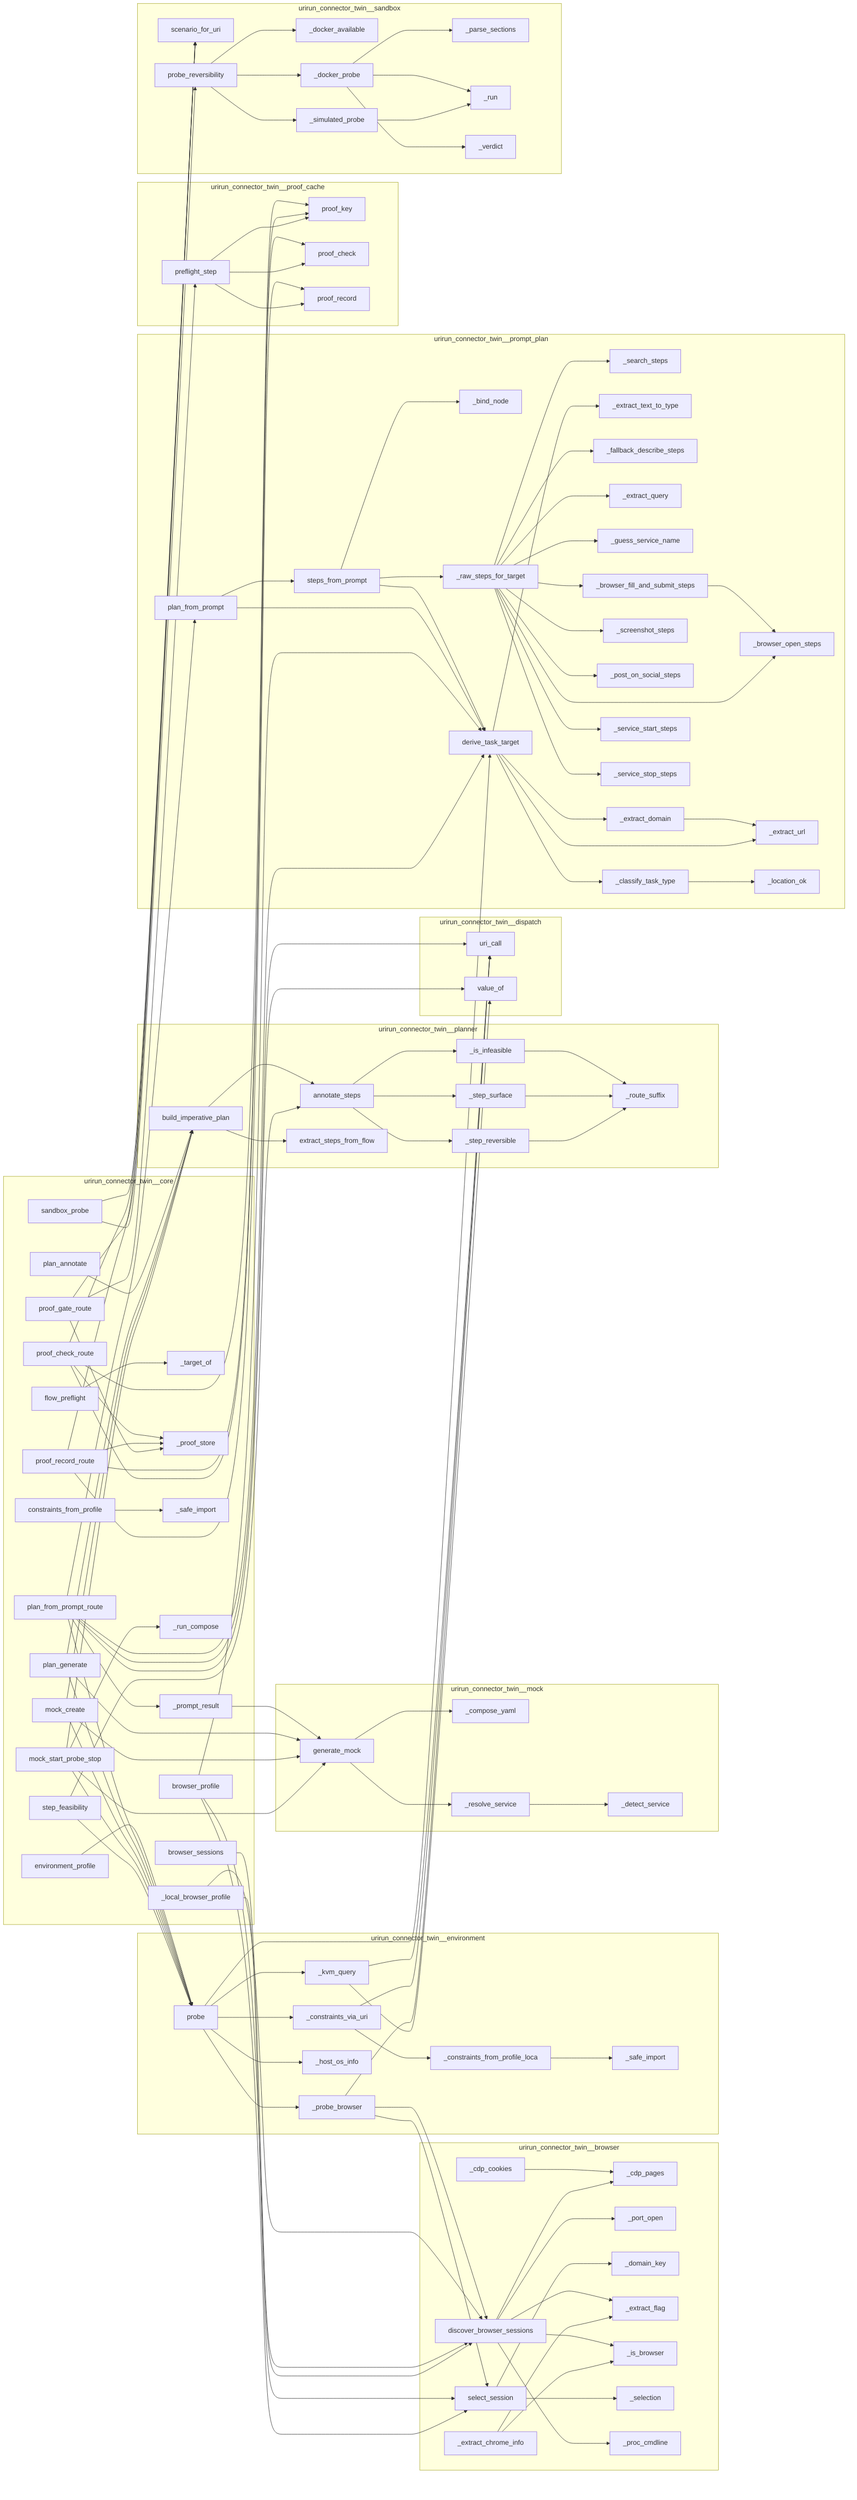
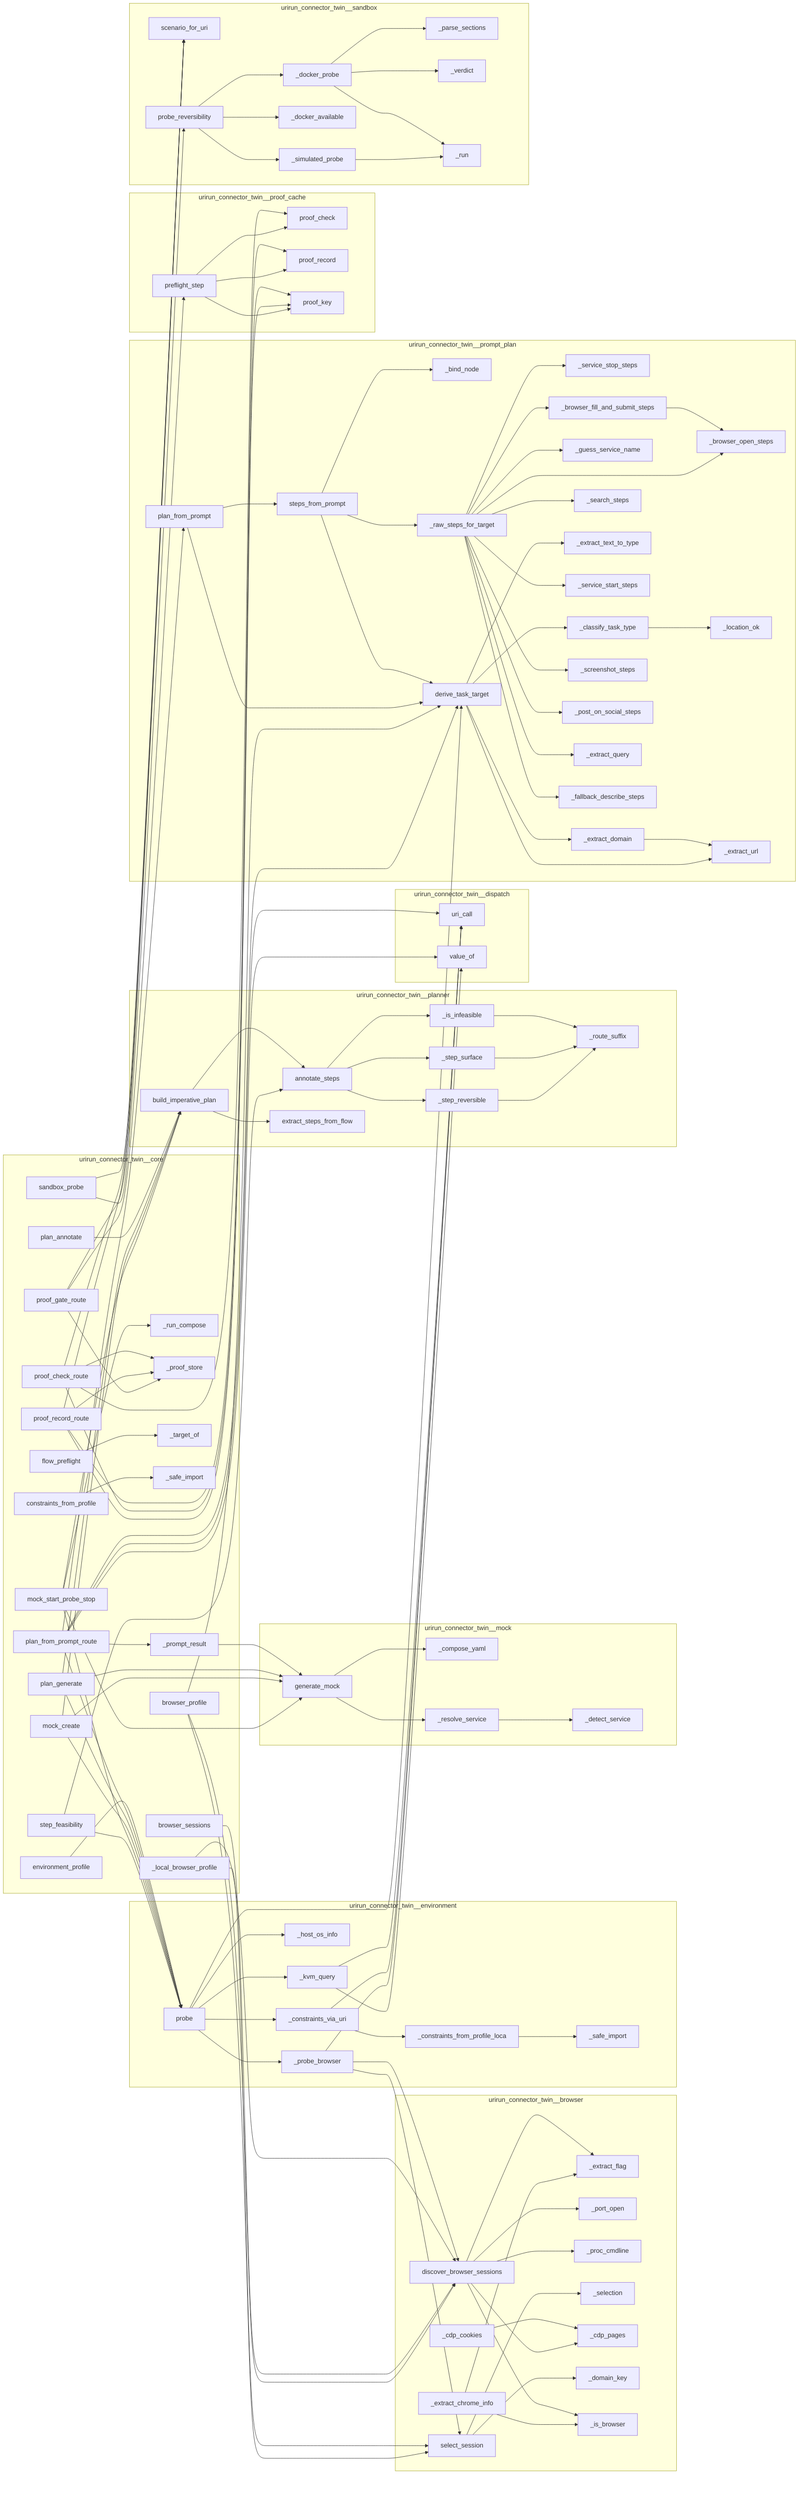
flowchart LR
%% generated in 0.00s
    subgraph urirun_connector_twin__browser
+         urirun_connector_twin__browser___extract_flag["_extract_flag"]
+         urirun_connector_twin__browser__discover_browser_sessions["discover_browser_sessions"]
+         urirun_connector_twin__browser___cdp_cookies["_cdp_cookies"]
+         urirun_connector_twin__browser___port_open["_port_open"]
+         urirun_connector_twin__browser___proc_cmdline["_proc_cmdline"]
+         urirun_connector_twin__browser___selection["_selection"]
        urirun_connector_twin__browser___cdp_pages["_cdp_pages"]
-         urirun_connector_twin__browser___port_open["_port_open"]
-         urirun_connector_twin__browser___cdp_cookies["_cdp_cookies"]
        urirun_connector_twin__browser___domain_key["_domain_key"]
-         urirun_connector_twin__browser___extract_flag["_extract_flag"]
        urirun_connector_twin__browser__select_session["select_session"]
-         urirun_connector_twin__browser__discover_browser_sessions["discover_browser_sessions"]
+         urirun_connector_twin__browser___extract_chrome_info["_extract_chrome_info"]
        urirun_connector_twin__browser___is_browser["_is_browser"]
-         urirun_connector_twin__browser___selection["_selection"]
-         urirun_connector_twin__browser___extract_chrome_info["_extract_chrome_info"]
-         urirun_connector_twin__browser___proc_cmdline["_proc_cmdline"]
    end
    subgraph urirun_connector_twin__core
-         urirun_connector_twin__core___target_of["_target_of"]
-         urirun_connector_twin__core__sandbox_probe["sandbox_probe"]
-         urirun_connector_twin__core__mock_create["mock_create"]
+         urirun_connector_twin__core___run_compose["_run_compose"]
+         urirun_connector_twin__core__plan_from_prompt_route["plan_from_prompt_route"]
+         urirun_connector_twin__core___proof_store["_proof_store"]
+         urirun_connector_twin__core__proof_gate_route["proof_gate_route"]
        urirun_connector_twin__core__browser_sessions["browser_sessions"]
-         urirun_connector_twin__core__plan_generate["plan_generate"]
-         urirun_connector_twin__core___proof_store["_proof_store"]
        urirun_connector_twin__core__mock_start_probe_stop["mock_start_probe_stop"]
-         urirun_connector_twin__core__proof_gate_route["proof_gate_route"]
-         urirun_connector_twin__core___prompt_result["_prompt_result"]
-         urirun_connector_twin__core__browser_profile["browser_profile"]
+         urirun_connector_twin__core__proof_record_route["proof_record_route"]
        urirun_connector_twin__core__constraints_from_profile["constraints_from_profile"]
        urirun_connector_twin__core__step_feasibility["step_feasibility"]
+         urirun_connector_twin__core__sandbox_probe["sandbox_probe"]
+         urirun_connector_twin__core___target_of["_target_of"]
        urirun_connector_twin__core___safe_import["_safe_import"]
+         urirun_connector_twin__core__mock_create["mock_create"]
+         urirun_connector_twin__core__proof_check_route["proof_check_route"]
+         urirun_connector_twin__core___prompt_result["_prompt_result"]
+         urirun_connector_twin__core__flow_preflight["flow_preflight"]
+         urirun_connector_twin__core__plan_annotate["plan_annotate"]
+         urirun_connector_twin__core__environment_profile["environment_profile"]
+         urirun_connector_twin__core__plan_generate["plan_generate"]
        urirun_connector_twin__core___local_browser_profile["_local_browser_profile"]
-         urirun_connector_twin__core__proof_check_route["proof_check_route"]
-         urirun_connector_twin__core__plan_annotate["plan_annotate"]
-         urirun_connector_twin__core___run_compose["_run_compose"]
-         urirun_connector_twin__core__flow_preflight["flow_preflight"]
-         urirun_connector_twin__core__plan_from_prompt_route["plan_from_prompt_route"]
-         urirun_connector_twin__core__environment_profile["environment_profile"]
-         urirun_connector_twin__core__proof_record_route["proof_record_route"]
+         urirun_connector_twin__core__browser_profile["browser_profile"]
    end
    subgraph urirun_connector_twin__dispatch
        urirun_connector_twin__dispatch__uri_call["uri_call"]
        urirun_connector_twin__dispatch__value_of["value_of"]
    end
    subgraph urirun_connector_twin__environment
+         urirun_connector_twin__environment___constraints_via_uri["_constraints_via_uri"]
+         urirun_connector_twin__environment___host_os_info["_host_os_info"]
        urirun_connector_twin__environment___probe_browser["_probe_browser"]
        urirun_connector_twin__environment___safe_import["_safe_import"]
+         urirun_connector_twin__environment___constraints_from_profile_local["_constraints_from_profile_loca"]
        urirun_connector_twin__environment___kvm_query["_kvm_query"]
-         urirun_connector_twin__environment___constraints_from_profile_local["_constraints_from_profile_loca"]
-         urirun_connector_twin__environment___constraints_via_uri["_constraints_via_uri"]
-         urirun_connector_twin__environment___host_os_info["_host_os_info"]
        urirun_connector_twin__environment__probe["probe"]
    end
    subgraph urirun_connector_twin__mock
+         urirun_connector_twin__mock___compose_yaml["_compose_yaml"]
        urirun_connector_twin__mock___detect_service["_detect_service"]
-         urirun_connector_twin__mock___compose_yaml["_compose_yaml"]
        urirun_connector_twin__mock__generate_mock["generate_mock"]
        urirun_connector_twin__mock___resolve_service["_resolve_service"]
    end
    subgraph urirun_connector_twin__planner
+         urirun_connector_twin__planner___is_infeasible["_is_infeasible"]
+         urirun_connector_twin__planner__annotate_steps["annotate_steps"]
+         urirun_connector_twin__planner___route_suffix["_route_suffix"]
+         urirun_connector_twin__planner___step_surface["_step_surface"]
        urirun_connector_twin__planner__build_imperative_plan["build_imperative_plan"]
-         urirun_connector_twin__planner__annotate_steps["annotate_steps"]
+         urirun_connector_twin__planner___step_reversible["_step_reversible"]
        urirun_connector_twin__planner__extract_steps_from_flow["extract_steps_from_flow"]
-         urirun_connector_twin__planner___step_surface["_step_surface"]
-         urirun_connector_twin__planner___is_infeasible["_is_infeasible"]
-         urirun_connector_twin__planner___route_suffix["_route_suffix"]
-         urirun_connector_twin__planner___step_reversible["_step_reversible"]
    end
    subgraph urirun_connector_twin__prompt_plan
+         urirun_connector_twin__prompt_plan___bind_node["_bind_node"]
+         urirun_connector_twin__prompt_plan___service_stop_steps["_service_stop_steps"]
+         urirun_connector_twin__prompt_plan__derive_task_target["derive_task_target"]
+         urirun_connector_twin__prompt_plan___browser_open_steps["_browser_open_steps"]
+         urirun_connector_twin__prompt_plan___classify_task_type["_classify_task_type"]
+         urirun_connector_twin__prompt_plan___guess_service_name["_guess_service_name"]
+         urirun_connector_twin__prompt_plan___browser_fill_and_submit_steps["_browser_fill_and_submit_steps"]
+         urirun_connector_twin__prompt_plan___location_ok["_location_ok"]
+         urirun_connector_twin__prompt_plan__plan_from_prompt["plan_from_prompt"]
        urirun_connector_twin__prompt_plan___search_steps["_search_steps"]
-         urirun_connector_twin__prompt_plan___browser_open_steps["_browser_open_steps"]
+         urirun_connector_twin__prompt_plan___extract_url["_extract_url"]
        urirun_connector_twin__prompt_plan___extract_text_to_type["_extract_text_to_type"]
-         urirun_connector_twin__prompt_plan___fallback_describe_steps["_fallback_describe_steps"]
-         urirun_connector_twin__prompt_plan___extract_query["_extract_query"]
-         urirun_connector_twin__prompt_plan___guess_service_name["_guess_service_name"]
-         urirun_connector_twin__prompt_plan___bind_node["_bind_node"]
-         urirun_connector_twin__prompt_plan___classify_task_type["_classify_task_type"]
-         urirun_connector_twin__prompt_plan__derive_task_target["derive_task_target"]
+         urirun_connector_twin__prompt_plan___service_start_steps["_service_start_steps"]
+         urirun_connector_twin__prompt_plan___raw_steps_for_target["_raw_steps_for_target"]
+         urirun_connector_twin__prompt_plan___extract_domain["_extract_domain"]
        urirun_connector_twin__prompt_plan___screenshot_steps["_screenshot_steps"]
        urirun_connector_twin__prompt_plan___post_on_social_steps["_post_on_social_steps"]
-         urirun_connector_twin__prompt_plan___extract_domain["_extract_domain"]
-         urirun_connector_twin__prompt_plan___service_start_steps["_service_start_steps"]
-         urirun_connector_twin__prompt_plan___service_stop_steps["_service_stop_steps"]
-         urirun_connector_twin__prompt_plan___browser_fill_and_submit_steps["_browser_fill_and_submit_steps"]
-         urirun_connector_twin__prompt_plan__plan_from_prompt["plan_from_prompt"]
        urirun_connector_twin__prompt_plan__steps_from_prompt["steps_from_prompt"]
-         urirun_connector_twin__prompt_plan___extract_url["_extract_url"]
-         urirun_connector_twin__prompt_plan___location_ok["_location_ok"]
-         urirun_connector_twin__prompt_plan___raw_steps_for_target["_raw_steps_for_target"]
+         urirun_connector_twin__prompt_plan___extract_query["_extract_query"]
+         urirun_connector_twin__prompt_plan___fallback_describe_steps["_fallback_describe_steps"]
    end
    subgraph urirun_connector_twin__proof_cache
-         urirun_connector_twin__proof_cache__proof_key["proof_key"]
        urirun_connector_twin__proof_cache__proof_check["proof_check"]
        urirun_connector_twin__proof_cache__proof_record["proof_record"]
+         urirun_connector_twin__proof_cache__proof_key["proof_key"]
        urirun_connector_twin__proof_cache__preflight_step["preflight_step"]
    end
    subgraph urirun_connector_twin__sandbox
+         urirun_connector_twin__sandbox___docker_probe["_docker_probe"]
+         urirun_connector_twin__sandbox___parse_sections["_parse_sections"]
+         urirun_connector_twin__sandbox___verdict["_verdict"]
+         urirun_connector_twin__sandbox__scenario_for_uri["scenario_for_uri"]
+         urirun_connector_twin__sandbox__probe_reversibility["probe_reversibility"]
        urirun_connector_twin__sandbox___docker_available["_docker_available"]
-         urirun_connector_twin__sandbox___parse_sections["_parse_sections"]
-         urirun_connector_twin__sandbox__scenario_for_uri["scenario_for_uri"]
+         urirun_connector_twin__sandbox___run["_run"]
        urirun_connector_twin__sandbox___simulated_probe["_simulated_probe"]
-         urirun_connector_twin__sandbox___run["_run"]
-         urirun_connector_twin__sandbox___verdict["_verdict"]
-         urirun_connector_twin__sandbox__probe_reversibility["probe_reversibility"]
-         urirun_connector_twin__sandbox___docker_probe["_docker_probe"]
    end
    urirun_connector_twin__sandbox___docker_probe --> urirun_connector_twin__sandbox___run
    urirun_connector_twin__sandbox___docker_probe --> urirun_connector_twin__sandbox___parse_sections
    urirun_connector_twin__sandbox___docker_probe --> urirun_connector_twin__sandbox___verdict
    urirun_connector_twin__sandbox___simulated_probe --> urirun_connector_twin__sandbox___run
    urirun_connector_twin__sandbox__probe_reversibility --> urirun_connector_twin__sandbox___docker_available
    urirun_connector_twin__sandbox__probe_reversibility --> urirun_connector_twin__sandbox___docker_probe
    urirun_connector_twin__sandbox__probe_reversibility --> urirun_connector_twin__sandbox___simulated_probe
    urirun_connector_twin__mock___resolve_service --> urirun_connector_twin__mock___detect_service
    urirun_connector_twin__mock__generate_mock --> urirun_connector_twin__mock___resolve_service
    urirun_connector_twin__mock__generate_mock --> urirun_connector_twin__mock___compose_yaml
    urirun_connector_twin__browser___cdp_cookies --> urirun_connector_twin__browser___cdp_pages
    urirun_connector_twin__browser__discover_browser_sessions --> urirun_connector_twin__browser___proc_cmdline
    urirun_connector_twin__browser__discover_browser_sessions --> urirun_connector_twin__browser___extract_flag
    urirun_connector_twin__browser__discover_browser_sessions --> urirun_connector_twin__browser___port_open
    urirun_connector_twin__browser__discover_browser_sessions --> urirun_connector_twin__browser___is_browser
    urirun_connector_twin__browser__discover_browser_sessions --> urirun_connector_twin__browser___cdp_pages
    urirun_connector_twin__browser__select_session --> urirun_connector_twin__browser___domain_key
    urirun_connector_twin__browser__select_session --> urirun_connector_twin__browser___selection
    urirun_connector_twin__browser___extract_chrome_info --> urirun_connector_twin__browser___extract_flag
    urirun_connector_twin__browser___extract_chrome_info --> urirun_connector_twin__browser___is_browser
    urirun_connector_twin__planner___is_infeasible --> urirun_connector_twin__planner___route_suffix
    urirun_connector_twin__planner___step_surface --> urirun_connector_twin__planner___route_suffix
    urirun_connector_twin__planner___step_reversible --> urirun_connector_twin__planner___route_suffix
    urirun_connector_twin__planner__annotate_steps --> urirun_connector_twin__planner___is_infeasible
    urirun_connector_twin__planner__annotate_steps --> urirun_connector_twin__planner___step_reversible
    urirun_connector_twin__planner__annotate_steps --> urirun_connector_twin__planner___step_surface
    urirun_connector_twin__planner__build_imperative_plan --> urirun_connector_twin__planner__extract_steps_from_flow
    urirun_connector_twin__planner__build_imperative_plan --> urirun_connector_twin__planner__annotate_steps
    urirun_connector_twin__prompt_plan___extract_domain --> urirun_connector_twin__prompt_plan___extract_url
    urirun_connector_twin__prompt_plan___browser_fill_and_submit_steps --> urirun_connector_twin__prompt_plan___browser_open_steps
    urirun_connector_twin__prompt_plan___classify_task_type --> urirun_connector_twin__prompt_plan___location_ok
    urirun_connector_twin__prompt_plan__derive_task_target --> urirun_connector_twin__prompt_plan___extract_domain
    urirun_connector_twin__prompt_plan__derive_task_target --> urirun_connector_twin__prompt_plan___extract_url
    urirun_connector_twin__prompt_plan__derive_task_target --> urirun_connector_twin__prompt_plan___extract_text_to_type
    urirun_connector_twin__prompt_plan__derive_task_target --> urirun_connector_twin__prompt_plan___classify_task_type
    urirun_connector_twin__prompt_plan___raw_steps_for_target --> urirun_connector_twin__prompt_plan___fallback_describe_steps
    urirun_connector_twin__prompt_plan___raw_steps_for_target --> urirun_connector_twin__prompt_plan___post_on_social_steps
    urirun_connector_twin__prompt_plan___raw_steps_for_target --> urirun_connector_twin__prompt_plan___search_steps
    urirun_connector_twin__prompt_plan___raw_steps_for_target --> urirun_connector_twin__prompt_plan___browser_fill_and_submit_steps
    urirun_connector_twin__prompt_plan___raw_steps_for_target --> urirun_connector_twin__prompt_plan___browser_open_steps
    urirun_connector_twin__prompt_plan___raw_steps_for_target --> urirun_connector_twin__prompt_plan___screenshot_steps
    urirun_connector_twin__prompt_plan___raw_steps_for_target --> urirun_connector_twin__prompt_plan___service_start_steps
    urirun_connector_twin__prompt_plan___raw_steps_for_target --> urirun_connector_twin__prompt_plan___service_stop_steps
    urirun_connector_twin__prompt_plan___raw_steps_for_target --> urirun_connector_twin__prompt_plan___extract_query
    urirun_connector_twin__prompt_plan___raw_steps_for_target --> urirun_connector_twin__prompt_plan___guess_service_name
    urirun_connector_twin__prompt_plan__steps_from_prompt --> urirun_connector_twin__prompt_plan___bind_node
    urirun_connector_twin__prompt_plan__steps_from_prompt --> urirun_connector_twin__prompt_plan___raw_steps_for_target
    urirun_connector_twin__prompt_plan__steps_from_prompt --> urirun_connector_twin__prompt_plan__derive_task_target
    urirun_connector_twin__prompt_plan__plan_from_prompt --> urirun_connector_twin__prompt_plan__derive_task_target
    urirun_connector_twin__prompt_plan__plan_from_prompt --> urirun_connector_twin__prompt_plan__steps_from_prompt
    urirun_connector_twin__core___local_browser_profile --> urirun_connector_twin__browser__discover_browser_sessions
    urirun_connector_twin__core___local_browser_profile --> urirun_connector_twin__browser__select_session
    urirun_connector_twin__core___prompt_result --> urirun_connector_twin__mock__generate_mock
    urirun_connector_twin__core__environment_profile --> urirun_connector_twin__environment__probe
    urirun_connector_twin__core__constraints_from_profile --> urirun_connector_twin__core___safe_import
    urirun_connector_twin__core__browser_sessions --> urirun_connector_twin__browser__discover_browser_sessions
    urirun_connector_twin__core__browser_profile --> urirun_connector_twin__browser__discover_browser_sessions
    urirun_connector_twin__core__browser_profile --> urirun_connector_twin__browser__select_session
    urirun_connector_twin__core__browser_profile --> urirun_connector_twin__prompt_plan__derive_task_target
    urirun_connector_twin__core__plan_from_prompt_route --> urirun_connector_twin__prompt_plan__derive_task_target
    urirun_connector_twin__core__plan_from_prompt_route --> urirun_connector_twin__prompt_plan__plan_from_prompt
    urirun_connector_twin__core__plan_from_prompt_route --> urirun_connector_twin__dispatch__uri_call
    urirun_connector_twin__core__plan_from_prompt_route --> urirun_connector_twin__core___prompt_result
    urirun_connector_twin__core__plan_from_prompt_route --> urirun_connector_twin__dispatch__value_of
    urirun_connector_twin__core__plan_from_prompt_route --> urirun_connector_twin__environment__probe
    urirun_connector_twin__core__plan_annotate --> urirun_connector_twin__planner__build_imperative_plan
    urirun_connector_twin__core__plan_generate --> urirun_connector_twin__environment__probe
    urirun_connector_twin__core__plan_generate --> urirun_connector_twin__planner__build_imperative_plan
    urirun_connector_twin__core__plan_generate --> urirun_connector_twin__mock__generate_mock
    urirun_connector_twin__core__mock_create --> urirun_connector_twin__environment__probe
    urirun_connector_twin__core__mock_create --> urirun_connector_twin__planner__build_imperative_plan
    urirun_connector_twin__core__mock_create --> urirun_connector_twin__mock__generate_mock
    urirun_connector_twin__core__mock_start_probe_stop --> urirun_connector_twin__environment__probe
    urirun_connector_twin__core__mock_start_probe_stop --> urirun_connector_twin__planner__build_imperative_plan
    urirun_connector_twin__core__mock_start_probe_stop --> urirun_connector_twin__mock__generate_mock
    urirun_connector_twin__core__mock_start_probe_stop --> urirun_connector_twin__core___run_compose
    urirun_connector_twin__core__step_feasibility --> urirun_connector_twin__environment__probe
    urirun_connector_twin__core__step_feasibility --> urirun_connector_twin__planner__annotate_steps
    urirun_connector_twin__core__sandbox_probe --> urirun_connector_twin__sandbox__probe_reversibility
    urirun_connector_twin__core__sandbox_probe --> urirun_connector_twin__sandbox__scenario_for_uri
    urirun_connector_twin__core__proof_check_route --> urirun_connector_twin__proof_cache__proof_key
    urirun_connector_twin__core__proof_check_route --> urirun_connector_twin__proof_cache__proof_check
    urirun_connector_twin__core__proof_check_route --> urirun_connector_twin__sandbox__scenario_for_uri
    urirun_connector_twin__core__proof_check_route --> urirun_connector_twin__core___proof_store
    urirun_connector_twin__core__proof_record_route --> urirun_connector_twin__sandbox__scenario_for_uri
    urirun_connector_twin__core__proof_record_route --> urirun_connector_twin__proof_cache__proof_key
    urirun_connector_twin__core__proof_record_route --> urirun_connector_twin__proof_cache__proof_record
    urirun_connector_twin__core__proof_record_route --> urirun_connector_twin__core___proof_store
    urirun_connector_twin__core__proof_gate_route --> urirun_connector_twin__proof_cache__preflight_step
    urirun_connector_twin__core__proof_gate_route --> urirun_connector_twin__sandbox__scenario_for_uri
    urirun_connector_twin__core__proof_gate_route --> urirun_connector_twin__core___proof_store
    urirun_connector_twin__core__flow_preflight --> urirun_connector_twin__core___target_of
    urirun_connector_twin__environment___kvm_query --> urirun_connector_twin__dispatch__uri_call
    urirun_connector_twin__environment___kvm_query --> urirun_connector_twin__dispatch__value_of
    urirun_connector_twin__environment___constraints_from_profile_local --> urirun_connector_twin__environment___safe_import
    urirun_connector_twin__environment___constraints_via_uri --> urirun_connector_twin__dispatch__uri_call
    urirun_connector_twin__environment___constraints_via_uri --> urirun_connector_twin__environment___constraints_from_profile_local
    urirun_connector_twin__environment___probe_browser --> urirun_connector_twin__dispatch__uri_call
    urirun_connector_twin__environment___probe_browser --> urirun_connector_twin__browser__select_session
    urirun_connector_twin__environment___probe_browser --> urirun_connector_twin__browser__discover_browser_sessions
    urirun_connector_twin__environment__probe --> urirun_connector_twin__environment___host_os_info
    urirun_connector_twin__environment__probe --> urirun_connector_twin__environment___constraints_via_uri
    urirun_connector_twin__environment__probe --> urirun_connector_twin__environment___probe_browser
    urirun_connector_twin__environment__probe --> urirun_connector_twin__environment___kvm_query
    urirun_connector_twin__environment__probe --> urirun_connector_twin__prompt_plan__derive_task_target
    urirun_connector_twin__proof_cache__preflight_step --> urirun_connector_twin__proof_cache__proof_key
    urirun_connector_twin__proof_cache__preflight_step --> urirun_connector_twin__proof_cache__proof_check
    urirun_connector_twin__proof_cache__preflight_step --> urirun_connector_twin__proof_cache__proof_record
